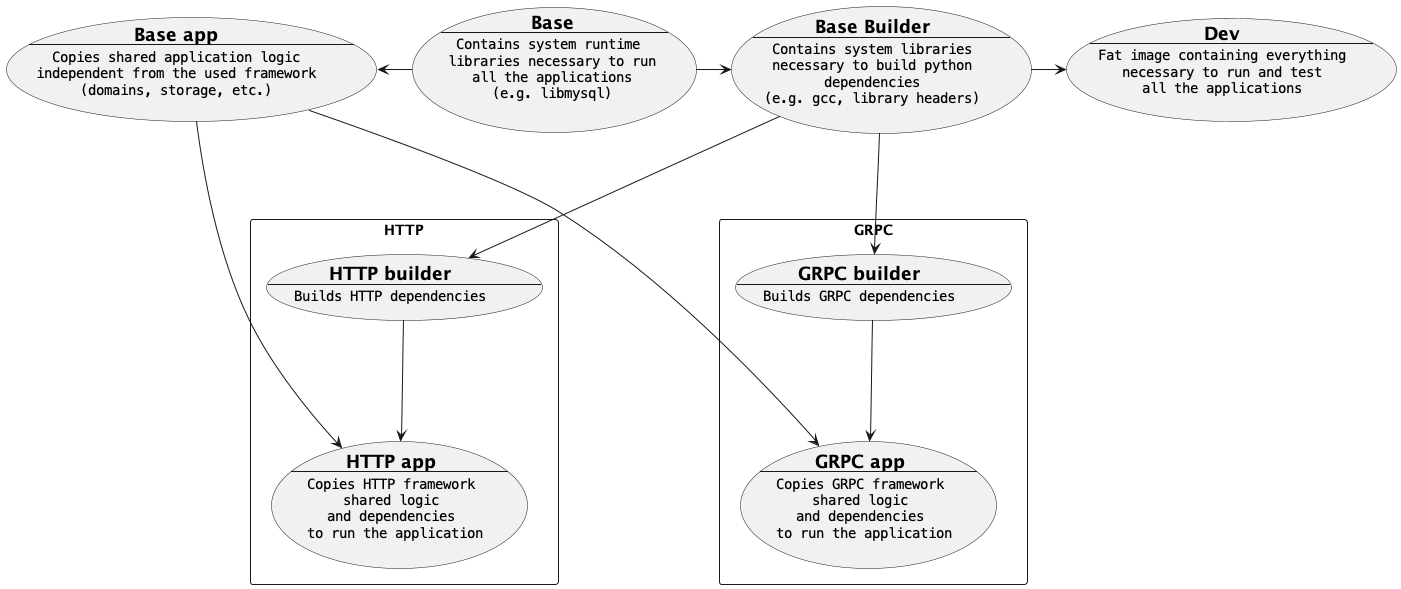
febus982/bootstrap-python-fastapi keeps this PlantUML diagram as docker-container.png. Above is the earlier version.
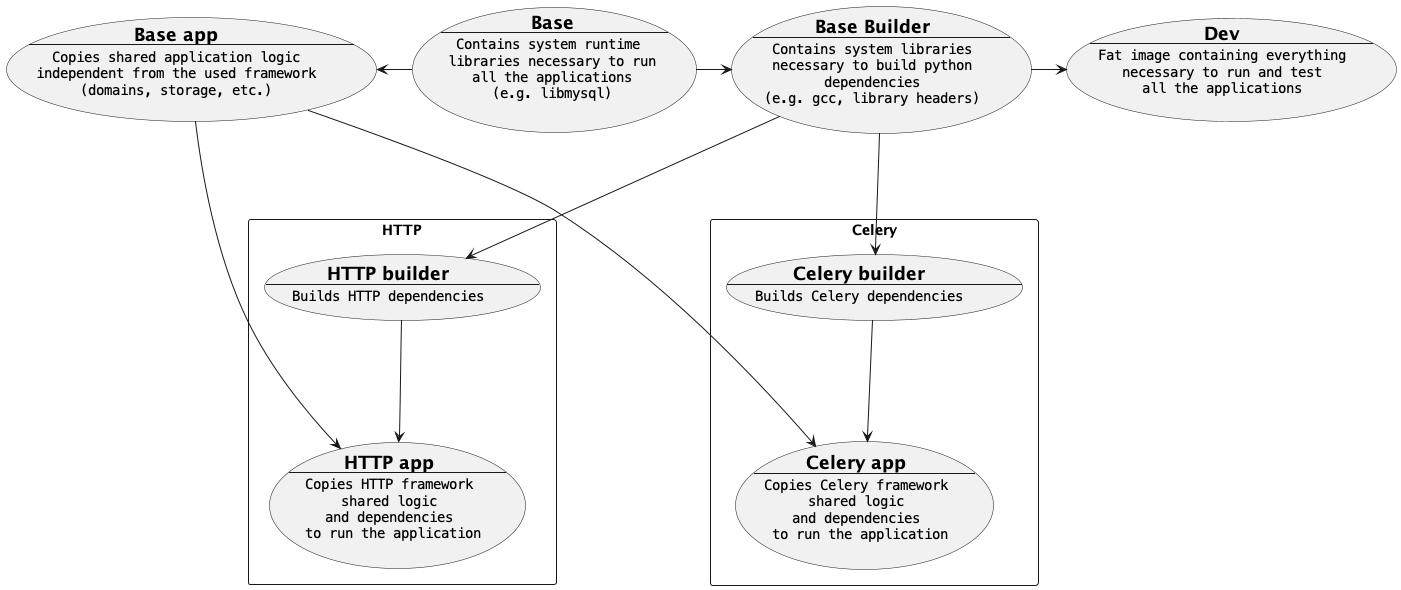
After the change.

Diff of the diagram source:
```diff
@@ -45,16 +45,16 @@
         "" to run the application""
     ]
 }
-rectangle GRPC {
-    usecase grpc_builder [
-        =GRPC builder
+rectangle Celery {
+    usecase celery_builder [
+        =Celery builder
         ----
-        ""Builds GRPC dependencies""
+        ""Builds Celery dependencies""
     ]
-    usecase grpc_app [
-        =GRPC app
+    usecase celery_app [
+        =Celery app
         ----
-        ""Copies GRPC framework""
+        ""Copies Celery framework""
         ""shared logic""
         ""and dependencies""
         "" to run the application""
@@ -68,9 +68,9 @@
 http_builder ===> http_app
 base_app ===> http_app
 
-base_builder ===> grpc_builder
-grpc_builder ===> grpc_app
-base_app ===> grpc_app
+base_builder ===> celery_builder
+celery_builder ===> celery_app
+base_app ===> celery_app
 
 base_builder ==r=> dev
 @enduml
```
